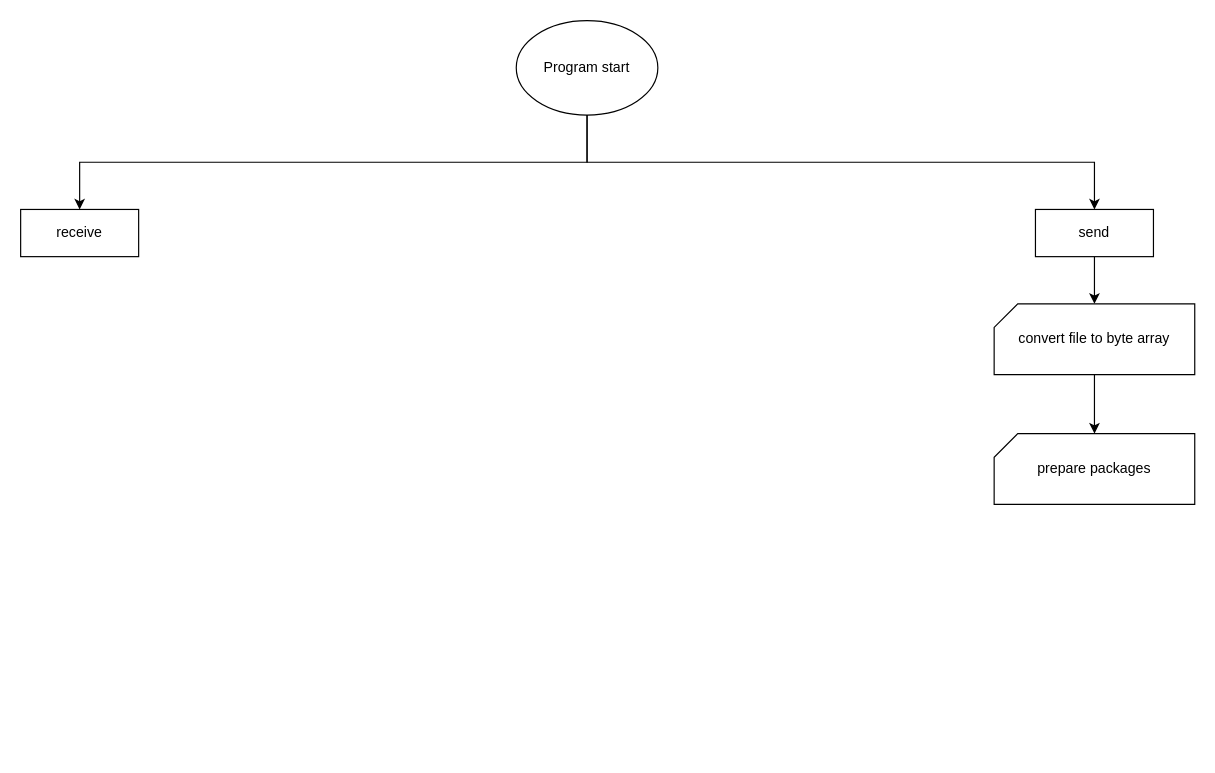
Before: page "Seite-1" (1 of 2) of roadmap.drawio in FaolanBig/datii_fastFurier_transmission_protocol, a draw.io diagram. Source tidied: cells renumbered, new cells numbered last; positions are measured from the earlier drawing's top-left corner, leaving out a move shared by most shapes. Both pictures are drawn from the tidied source at 118%, with x=0, y=0 at pixel (20, 20).
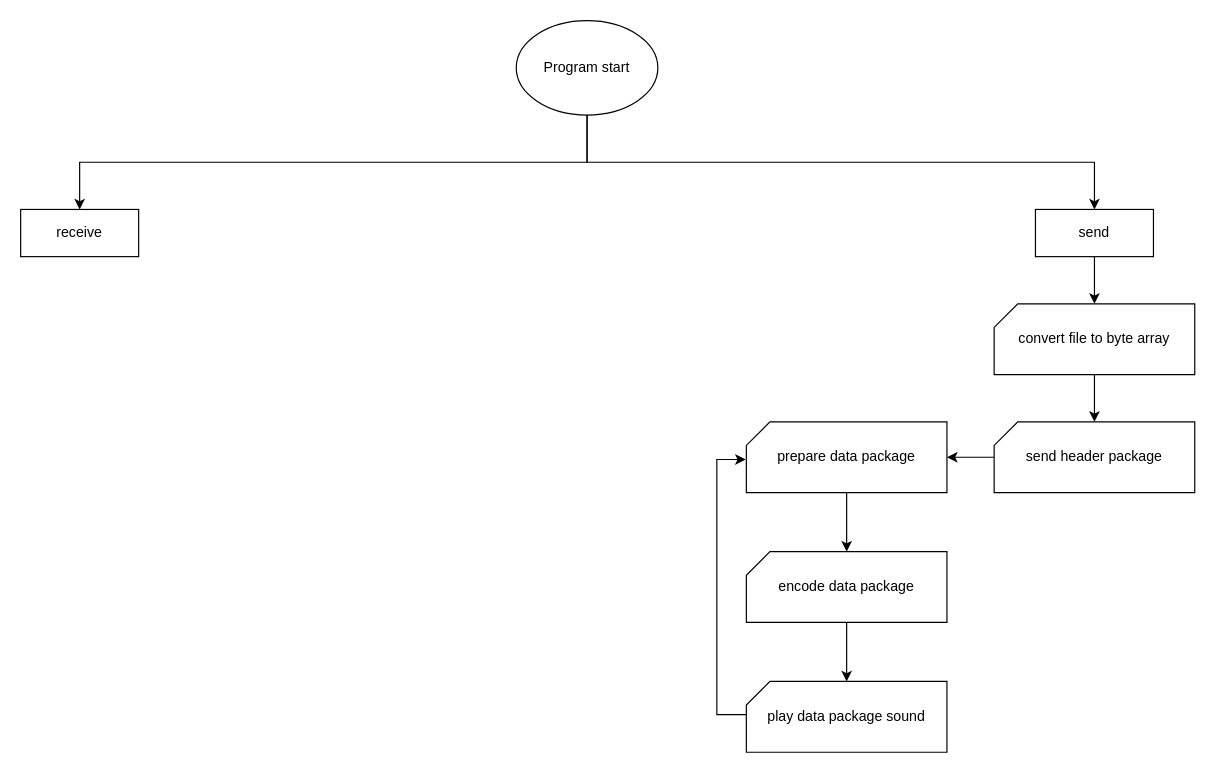
Above is the later version.

The change refers to these unchanged cells:
```xml
<mxCell id="9" value="convert file to byte array" style="shape=card;whiteSpace=wrap;html=1;size=20;" parent="1" vertex="1">
  <mxGeometry x="825" y="240" width="170" height="60" as="geometry" />
</mxCell>
```

Diff of the diagram source:
```diff
@@
-    <mxCell id="8" style="edgeStyle=orthogonalEdgeStyle;rounded=0;jettySize=auto;html=1;" parent="1" edge="1" source="9" target="10">
-      <mxGeometry relative="1" as="geometry" />
-    </mxCell>
+    <mxCell id="11" style="edgeStyle=orthogonalEdgeStyle;rounded=0;jettySize=auto;html=1;" parent="1" edge="1" source="9" target="18">
+      <mxGeometry relative="1" as="geometry" />
+    </mxCell>
@@
+    <mxCell id="12" style="edgeStyle=orthogonalEdgeStyle;rounded=0;jettySize=auto;html=1;" parent="1" edge="1" source="10" target="14">
+      <mxGeometry relative="1" as="geometry" />
+    </mxCell>
-    <mxCell id="10" value="prepare packages" style="shape=card;whiteSpace=wrap;html=1;size=20;" parent="1" vertex="1">
-      <mxGeometry x="825" y="350" width="170" height="60" as="geometry" />
+    <mxCell id="10" value="prepare data package" style="shape=card;whiteSpace=wrap;html=1;size=20;" parent="1" vertex="1">
+      <mxGeometry x="615" y="340" width="170" height="60" as="geometry" />
     </mxCell>
+    <mxCell id="13" style="edgeStyle=orthogonalEdgeStyle;rounded=0;jettySize=auto;html=1;" parent="1" edge="1" source="14" target="15">
+      <mxGeometry relative="1" as="geometry" />
+    </mxCell>
+    <mxCell id="14" value="encode data package" style="shape=card;whiteSpace=wrap;html=1;size=20;" parent="1" vertex="1">
+      <mxGeometry x="615" y="450" width="170" height="60" as="geometry" />
+    </mxCell>
+    <mxCell id="15" value="play data package sound" style="shape=card;whiteSpace=wrap;html=1;size=20;" parent="1" vertex="1">
+      <mxGeometry x="615" y="560" width="170" height="60" as="geometry" />
+    </mxCell>
+    <mxCell id="16" style="edgeStyle=orthogonalEdgeStyle;rounded=0;orthogonalLoop=1;jettySize=auto;html=1;entryX=-0.003;entryY=0.563;entryDx=0;entryDy=0;entryPerimeter=0;" parent="1" edge="1">
+      <mxGeometry relative="1" as="geometry">
+        <mxPoint x="615" y="588.1" as="sourcePoint" />
+        <mxPoint x="614.5" y="371.9" as="targetPoint" />
+        <Array as="points">
+          <mxPoint x="590" y="588" />
+          <mxPoint x="590" y="372" />
+        </Array>
+      </mxGeometry>
+    </mxCell>
+    <mxCell id="17" style="edgeStyle=orthogonalEdgeStyle;rounded=0;jettySize=auto;html=1;" parent="1" edge="1" source="18" target="10">
+      <mxGeometry relative="1" as="geometry" />
+    </mxCell>
+    <mxCell id="18" value="send header package" style="shape=card;whiteSpace=wrap;html=1;size=20;" parent="1" vertex="1">
+      <mxGeometry x="825" y="340" width="170" height="60" as="geometry" />
+    </mxCell>
```
